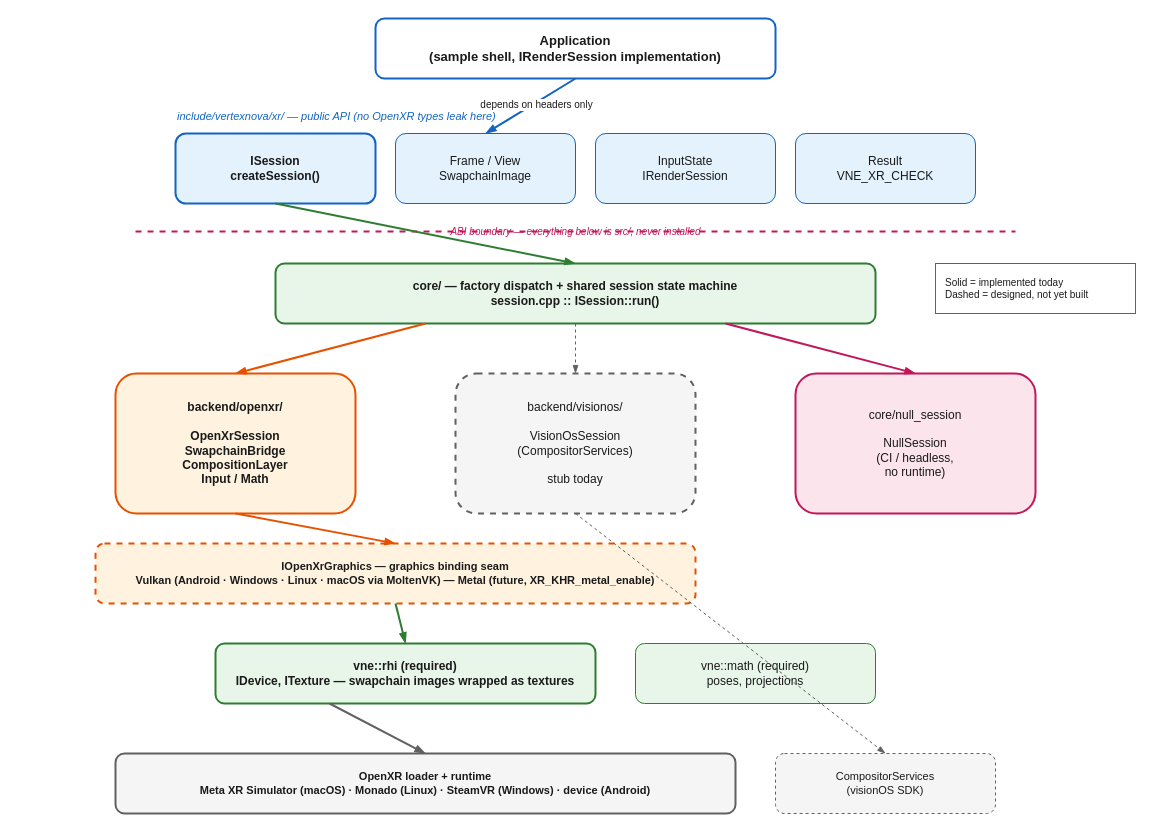
The draw.io diagram docs/vertexnova/xr/diagrams/openxr_architecture.drawio in vertexnova/vnexr, before the edit. Source tidied: cells renumbered, new cells numbered last; positions are measured from the earlier drawing's top-left corner, leaving out a move shared by most shapes. Both pictures are drawn from the tidied source at 100%, with x=0, y=0 at pixel (95, 18).
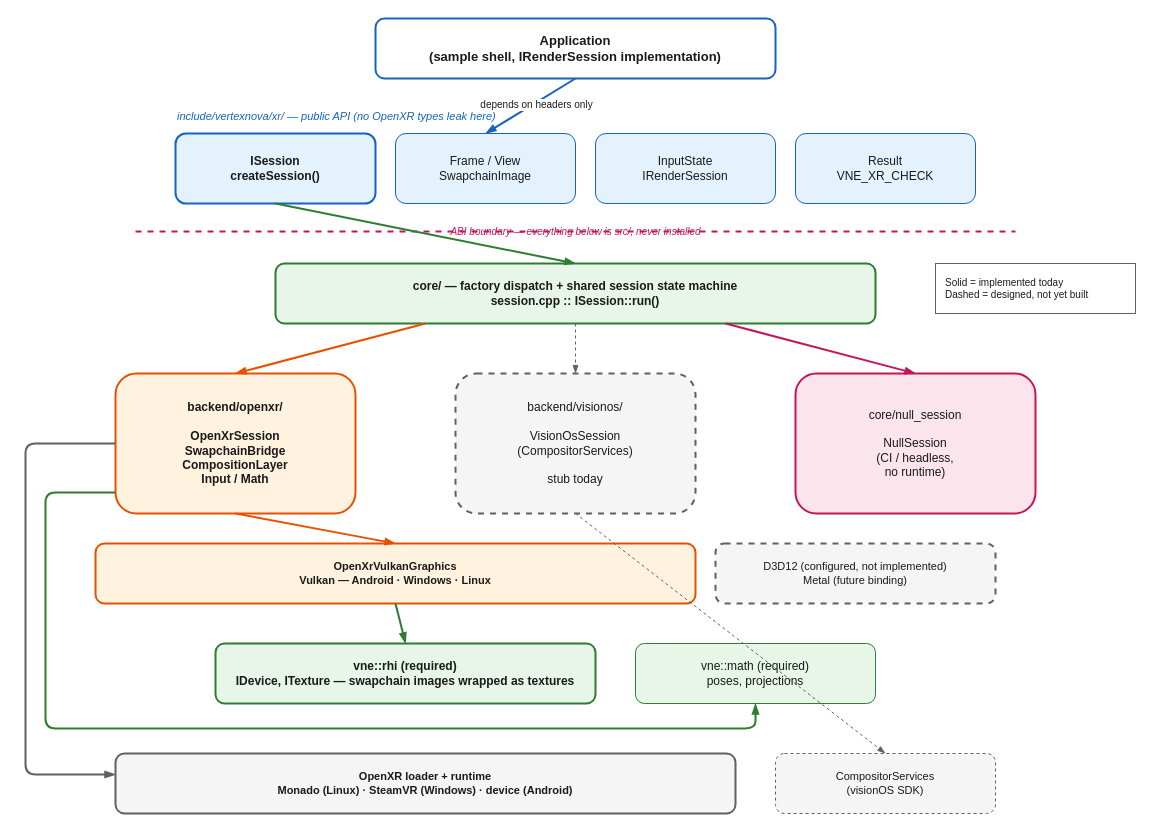
Above is the later version.

Commit message (it also covers changes not shown here):
Enhance OpenXR session management and update diagrams

Unchanged cells that the change refers to:
```xml
<mxCell id="11" value="backend/openxr/&#10;&#10;OpenXrSession&#10;SwapchainBridge&#10;CompositionLayer&#10;Input / Math" style="rounded=1;whiteSpace=wrap;html=1;fillColor=#fff3e0;strokeColor=#e65100;strokeWidth=2;fontSize=12;fontStyle=1;fontColor=#1a1a1a;" parent="1" vertex="1">
  <mxGeometry x="20" y="355" width="240" height="140" as="geometry" />
</mxCell>
<mxCell id="15" value="vne::rhi (required)&#10;IDevice, ITexture — swapchain images wrapped as textures" style="rounded=1;whiteSpace=wrap;html=1;fillColor=#e8f5e9;strokeColor=#2e7d32;strokeWidth=2;fontSize=12;fontStyle=1;fontColor=#1a1a1a;" parent="1" vertex="1">
  <mxGeometry x="120" y="625" width="380" height="60" as="geometry" />
</mxCell>
<mxCell id="16" value="vne::math (required)&#10;poses, projections" style="rounded=1;whiteSpace=wrap;html=1;fillColor=#e8f5e9;strokeColor=#2e7d32;fontSize=12;fontColor=#1a1a1a;" parent="1" vertex="1">
  <mxGeometry x="540" y="625" width="240" height="60" as="geometry" />
</mxCell>
```

Diff of the diagram source:
```diff
@@
-    <mxCell id="14" value="IOpenXrGraphics — graphics binding seam&#10;Vulkan (Android · Windows · Linux · macOS via MoltenVK)  —  Metal (future, XR_KHR_metal_enable)" style="rounded=1;whiteSpace=wrap;html=1;fillColor=#fff3e0;strokeColor=#e65100;strokeWidth=2;fontSize=11;fontStyle=1;fontColor=#1a1a1a;dashed=1;" parent="1" vertex="1">
+    <mxCell id="14" value="OpenXrVulkanGraphics&#10;Vulkan — Android · Windows · Linux" style="rounded=1;whiteSpace=wrap;html=1;fillColor=#fff3e0;strokeColor=#e65100;strokeWidth=2;fontSize=11;fontStyle=1;fontColor=#1a1a1a;" parent="1" vertex="1">
       <mxGeometry y="525" width="600" height="60" as="geometry" />
     </mxCell>
+    <mxCell id="30" value="D3D12 (configured, not implemented)&#10;Metal (future binding)" style="rounded=1;whiteSpace=wrap;html=1;fillColor=#f5f5f5;strokeColor=#616161;strokeWidth=2;fontSize=11;fontColor=#1a1a1a;dashed=1;" parent="1" vertex="1">
+      <mxGeometry x="620" y="525" width="280" height="60" as="geometry" />
+    </mxCell>
@@
-    <mxCell id="17" value="OpenXR loader + runtime&#10;Meta XR Simulator (macOS) · Monado (Linux) · SteamVR (Windows) · device (Android)" style="rounded=1;whiteSpace=wrap;html=1;fillColor=#f5f5f5;strokeColor=#616161;strokeWidth=2;fontSize=11;fontStyle=1;fontColor=#1a1a1a;" parent="1" vertex="1">
+    <mxCell id="17" value="OpenXR loader + runtime&#10;Monado (Linux) · SteamVR (Windows) · device (Android)" style="rounded=1;whiteSpace=wrap;html=1;fillColor=#f5f5f5;strokeColor=#616161;strokeWidth=2;fontSize=11;fontStyle=1;fontColor=#1a1a1a;" parent="1" vertex="1">
       <mxGeometry x="20" y="735" width="620" height="60" as="geometry" />
     </mxCell>
@@
-    <mxCell id="27" style="endArrow=blockThin;endFill=1;html=1;strokeWidth=2;strokeColor=#616161;exitX=0.3;exitY=1;exitDx=0;exitDy=0;entryX=0.5;entryY=0;entryDx=0;entryDy=0;" parent="1" edge="1" source="15" target="17">
-      <mxGeometry relative="1" as="geometry" />
+    <mxCell id="27" style="endArrow=blockThin;endFill=1;html=1;strokeWidth=2;strokeColor=#616161;exitX=0;exitY=0.5;exitDx=0;exitDy=0;entryX=0;entryY=0.35;entryDx=0;entryDy=0;" parent="1" edge="1" source="11" target="17">
+      <mxGeometry relative="1" as="geometry">
+        <Array as="points">
+          <mxPoint x="-70" y="425" />
+          <mxPoint x="-70" y="756" />
+        </Array>
+      </mxGeometry>
     </mxCell>
+    <mxCell id="31" style="endArrow=blockThin;endFill=1;html=1;strokeWidth=2;strokeColor=#2e7d32;exitX=0;exitY=0.85;exitDx=0;exitDy=0;entryX=0.5;entryY=1;entryDx=0;entryDy=0;" parent="1" edge="1" source="11" target="16">
+      <mxGeometry relative="1" as="geometry">
+        <Array as="points">
+          <mxPoint x="-50" y="474" />
+          <mxPoint x="-50" y="710" />
+          <mxPoint x="660" y="710" />
+        </Array>
+      </mxGeometry>
+    </mxCell>
```
